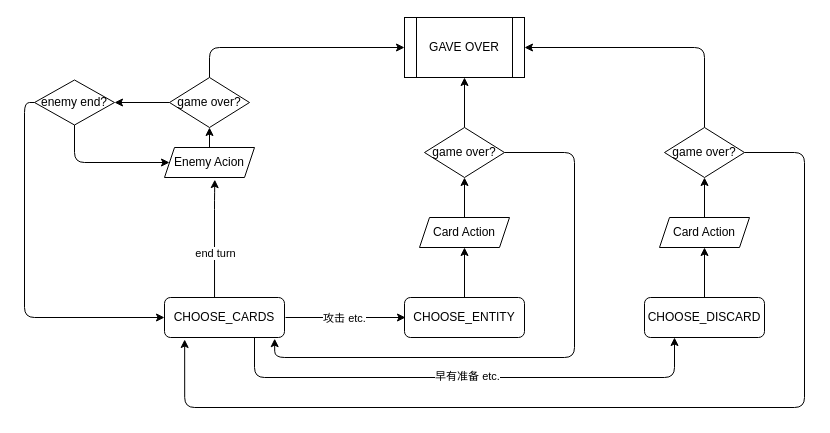
Above: stages.drawio in FrozenStream/python-sts-gym (draw.io), before the change. Source tidied: cells renumbered, new cells numbered last; positions are measured from the earlier drawing's top-left corner, leaving out a move shared by most shapes. Both pictures are drawn from the tidied source at 100%, with x=0, y=0 at pixel (34, 17).
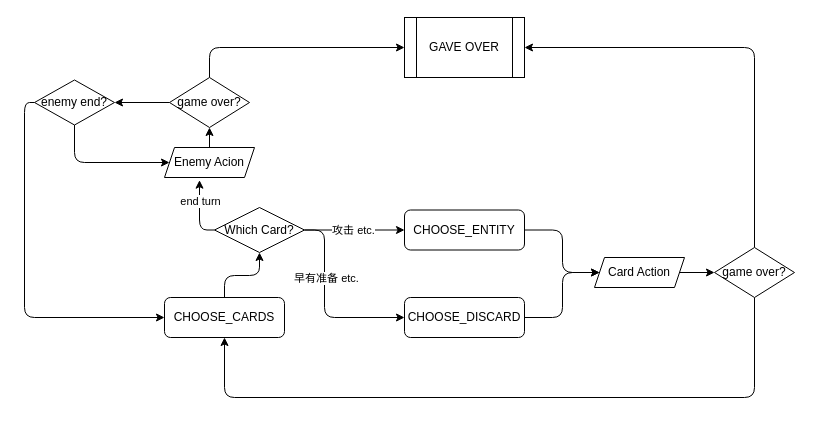
The same diagram, later.

The change refers to these unchanged cells:
```xml
<mxCell id="8" value="CHOOSE_CARDS" style="rounded=1;whiteSpace=wrap;html=1;" parent="1" vertex="1">
  <mxGeometry x="130" y="280" width="120" height="40" as="geometry" />
</mxCell>
<mxCell id="16" value="Enemy Acion" style="shape=parallelogram;perimeter=parallelogramPerimeter;whiteSpace=wrap;html=1;fixedSize=1;size=10;" parent="1" vertex="1">
  <mxGeometry x="130" y="130" width="90" height="30" as="geometry" />
</mxCell>
<mxCell id="27" value="GAVE OVER" style="shape=process;whiteSpace=wrap;html=1;backgroundOutline=1;" parent="1" vertex="1">
  <mxGeometry x="370" width="120" height="60" as="geometry" />
</mxCell>
```

What changed in the source:
```diff
@@
-    <mxCell id="2" style="edgeStyle=orthogonalEdgeStyle;html=1;elbow=vertical;exitX=0.417;exitY=0;exitDx=0;exitDy=0;exitPerimeter=0;entryX=0.559;entryY=1.071;entryDx=0;entryDy=0;entryPerimeter=0;" parent="1" edge="1" source="8" target="16">
+    <mxCell id="2" style="edgeStyle=elbowEdgeStyle;html=1;exitX=0;exitY=0.5;exitDx=0;exitDy=0;entryX=0.393;entryY=1.089;entryDx=0;entryDy=0;entryPerimeter=0;" parent="1" edge="1" source="34" target="16">
       <mxGeometry relative="1" as="geometry">
         <Array as="points">
-          <mxPoint x="180" y="182" />
+          <mxPoint x="165" y="190" />
         </Array>
       </mxGeometry>
     </mxCell>
     <mxCell id="3" value="end turn" style="edgeLabel;html=1;align=center;verticalAlign=middle;" parent="2" vertex="1">
       <mxGeometry x="-0.27" y="2" relative="1" as="geometry">
-        <mxPoint x="2" y="-2" as="offset" />
+        <mxPoint x="2" y="-20" as="offset" />
       </mxGeometry>
     </mxCell>
-    <mxCell id="4" style="edgeStyle=none;html=1;exitX=1;exitY=0.5;exitDx=0;exitDy=0;entryX=0;entryY=0.5;entryDx=0;entryDy=0;" parent="1" edge="1">
+    <mxCell id="4" style="edgeStyle=elbowEdgeStyle;html=1;exitX=1;exitY=0.5;exitDx=0;exitDy=0;entryX=0;entryY=0.5;entryDx=0;entryDy=0;" parent="1" edge="1" source="34" target="11">
       <mxGeometry relative="1" as="geometry">
-        <mxPoint x="251" y="300" as="sourcePoint" />
-        <mxPoint x="371" y="300" as="targetPoint" />
+        <Array as="points">
+          <mxPoint x="310" y="213" />
+        </Array>
       </mxGeometry>
     </mxCell>
@@
-    <mxCell id="6" style="edgeStyle=orthogonalEdgeStyle;html=1;exitX=0.75;exitY=1;exitDx=0;exitDy=0;entryX=0.25;entryY=1;entryDx=0;entryDy=0;" parent="1" edge="1" source="8" target="14">
+    <mxCell id="6" style="edgeStyle=elbowEdgeStyle;html=1;entryX=0;entryY=0.5;entryDx=0;entryDy=0;exitX=1;exitY=0.5;exitDx=0;exitDy=0;" parent="1" edge="1" source="34" target="14">
       <mxGeometry relative="1" as="geometry">
         <Array as="points">
-          <mxPoint x="220" y="360" />
-          <mxPoint x="640" y="360" />
+          <mxPoint x="290" y="250" />
         </Array>
       </mxGeometry>
     </mxCell>
     <mxCell id="7" value="早有准备 etc." style="edgeLabel;html=1;align=center;verticalAlign=middle;" parent="6" vertex="1">
       <mxGeometry x="0.01" y="2" relative="1" as="geometry">
-        <mxPoint x="-1" as="offset" />
+        <mxPoint x="-1" y="-27" as="offset" />
       </mxGeometry>
     </mxCell>
+    <mxCell id="32" style="edgeStyle=elbowEdgeStyle;html=1;exitX=0.5;exitY=0;exitDx=0;exitDy=0;entryX=0.5;entryY=1;entryDx=0;entryDy=0;elbow=vertical;" parent="1" edge="1" source="8" target="34">
+      <mxGeometry relative="1" as="geometry" />
+    </mxCell>
@@
-    <mxCell id="9" style="edgeStyle=orthogonalEdgeStyle;html=1;exitX=1;exitY=0.5;exitDx=0;exitDy=0;entryX=0.918;entryY=1.029;entryDx=0;entryDy=0;entryPerimeter=0;" parent="1" edge="1" source="26" target="8">
-      <mxGeometry relative="1" as="geometry">
-        <Array as="points">
-          <mxPoint x="540" y="135" />
-          <mxPoint x="540" y="340" />
-          <mxPoint x="240" y="340" />
-        </Array>
-      </mxGeometry>
-    </mxCell>
-    <mxCell id="10" style="edgeStyle=none;html=1;exitX=0.5;exitY=0;exitDx=0;exitDy=0;entryX=0.5;entryY=1;entryDx=0;entryDy=0;" parent="1" edge="1" source="11" target="24">
-      <mxGeometry relative="1" as="geometry" />
-    </mxCell>
+    <mxCell id="33" style="edgeStyle=elbowEdgeStyle;html=1;exitX=1;exitY=0.5;exitDx=0;exitDy=0;entryX=0;entryY=0.5;entryDx=0;entryDy=0;" parent="1" edge="1" source="11" target="29">
+      <mxGeometry relative="1" as="geometry" />
+    </mxCell>
     <mxCell id="11" value="CHOOSE_ENTITY" style="rounded=1;whiteSpace=wrap;html=1;" parent="1" vertex="1">
-      <mxGeometry x="370" y="280" width="120" height="40" as="geometry" />
+      <mxGeometry x="370" y="192.5" width="120" height="40" as="geometry" />
     </mxCell>
-    <mxCell id="12" style="edgeStyle=orthogonalEdgeStyle;html=1;exitX=1;exitY=0.5;exitDx=0;exitDy=0;entryX=0.168;entryY=1.05;entryDx=0;entryDy=0;entryPerimeter=0;" parent="1" edge="1" source="31" target="8">
+    <mxCell id="12" style="edgeStyle=elbowEdgeStyle;html=1;exitX=0.5;exitY=1;exitDx=0;exitDy=0;entryX=0.5;entryY=1;entryDx=0;entryDy=0;elbow=vertical;" parent="1" edge="1" source="31" target="8">
       <mxGeometry relative="1" as="geometry">
         <Array as="points">
-          <mxPoint x="770" y="135" />
-          <mxPoint x="770" y="390" />
-          <mxPoint x="150" y="390" />
+          <mxPoint x="420" y="380" />
         </Array>
       </mxGeometry>
     </mxCell>
-    <mxCell id="13" style="edgeStyle=none;html=1;exitX=0.5;exitY=0;exitDx=0;exitDy=0;entryX=0.5;entryY=1;entryDx=0;entryDy=0;" parent="1" edge="1" source="14" target="29">
+    <mxCell id="13" style="edgeStyle=elbowEdgeStyle;html=1;exitX=1;exitY=0.5;exitDx=0;exitDy=0;entryX=0;entryY=0.5;entryDx=0;entryDy=0;" parent="1" edge="1" source="14" target="29">
       <mxGeometry relative="1" as="geometry" />
     </mxCell>
     <mxCell id="14" value="CHOOSE_DISCARD" style="rounded=1;whiteSpace=wrap;html=1;" parent="1" vertex="1">
-      <mxGeometry x="610" y="280" width="120" height="40" as="geometry" />
+      <mxGeometry x="370" y="280" width="120" height="40" as="geometry" />
     </mxCell>
@@
-    <mxCell id="23" style="edgeStyle=none;html=1;exitX=0.5;exitY=0;exitDx=0;exitDy=0;entryX=0.5;entryY=1;entryDx=0;entryDy=0;" parent="1" edge="1" source="24" target="26">
-      <mxGeometry relative="1" as="geometry" />
-    </mxCell>
-    <mxCell id="24" value="Card Action" style="shape=parallelogram;perimeter=parallelogramPerimeter;whiteSpace=wrap;html=1;fixedSize=1;size=10;" parent="1" vertex="1">
-      <mxGeometry x="385" y="200" width="90" height="30" as="geometry" />
-    </mxCell>
-    <mxCell id="25" style="edgeStyle=none;html=1;exitX=0.5;exitY=0;exitDx=0;exitDy=0;entryX=0.5;entryY=1;entryDx=0;entryDy=0;" parent="1" edge="1" source="26" target="27">
-      <mxGeometry relative="1" as="geometry" />
-    </mxCell>
-    <mxCell id="26" value="game over?" style="rhombus;whiteSpace=wrap;html=1;" parent="1" vertex="1">
-      <mxGeometry x="390" y="110" width="80" height="50" as="geometry" />
-    </mxCell>
@@
-    <mxCell id="28" style="edgeStyle=none;html=1;exitX=0.5;exitY=0;exitDx=0;exitDy=0;entryX=0.5;entryY=1;entryDx=0;entryDy=0;" parent="1" edge="1" source="29" target="31">
+    <mxCell id="28" style="edgeStyle=none;html=1;exitX=1;exitY=0.5;exitDx=0;exitDy=0;entryX=0;entryY=0.5;entryDx=0;entryDy=0;" parent="1" edge="1" source="29" target="31">
       <mxGeometry relative="1" as="geometry" />
     </mxCell>
     <mxCell id="29" value="Card Action" style="shape=parallelogram;perimeter=parallelogramPerimeter;whiteSpace=wrap;html=1;fixedSize=1;size=10;" parent="1" vertex="1">
-      <mxGeometry x="625" y="200" width="90" height="30" as="geometry" />
+      <mxGeometry x="560" y="240" width="90" height="30" as="geometry" />
     </mxCell>
@@
     <mxCell id="31" value="game over?" style="rhombus;whiteSpace=wrap;html=1;" parent="1" vertex="1">
-      <mxGeometry x="630" y="110" width="80" height="50" as="geometry" />
+      <mxGeometry x="680" y="230" width="80" height="50" as="geometry" />
     </mxCell>
+    <mxCell id="34" value="Which Card?" style="rhombus;whiteSpace=wrap;html=1;" parent="1" vertex="1">
+      <mxGeometry x="180" y="190" width="90" height="45" as="geometry" />
+    </mxCell>
```
